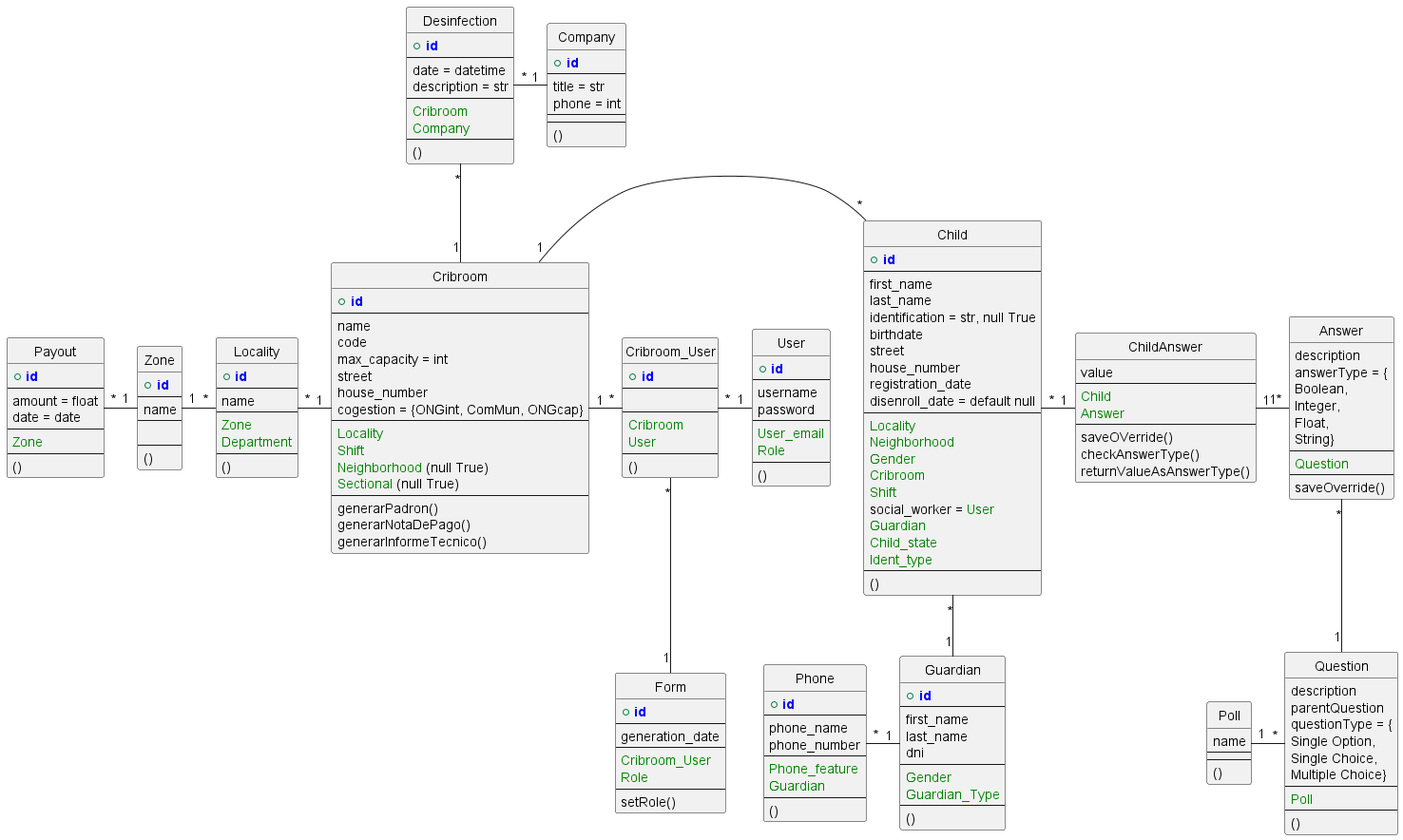
Above: Documentation/diagrams/diagram.png in santiago6124/SalasCuna (PlantUML), before the change.
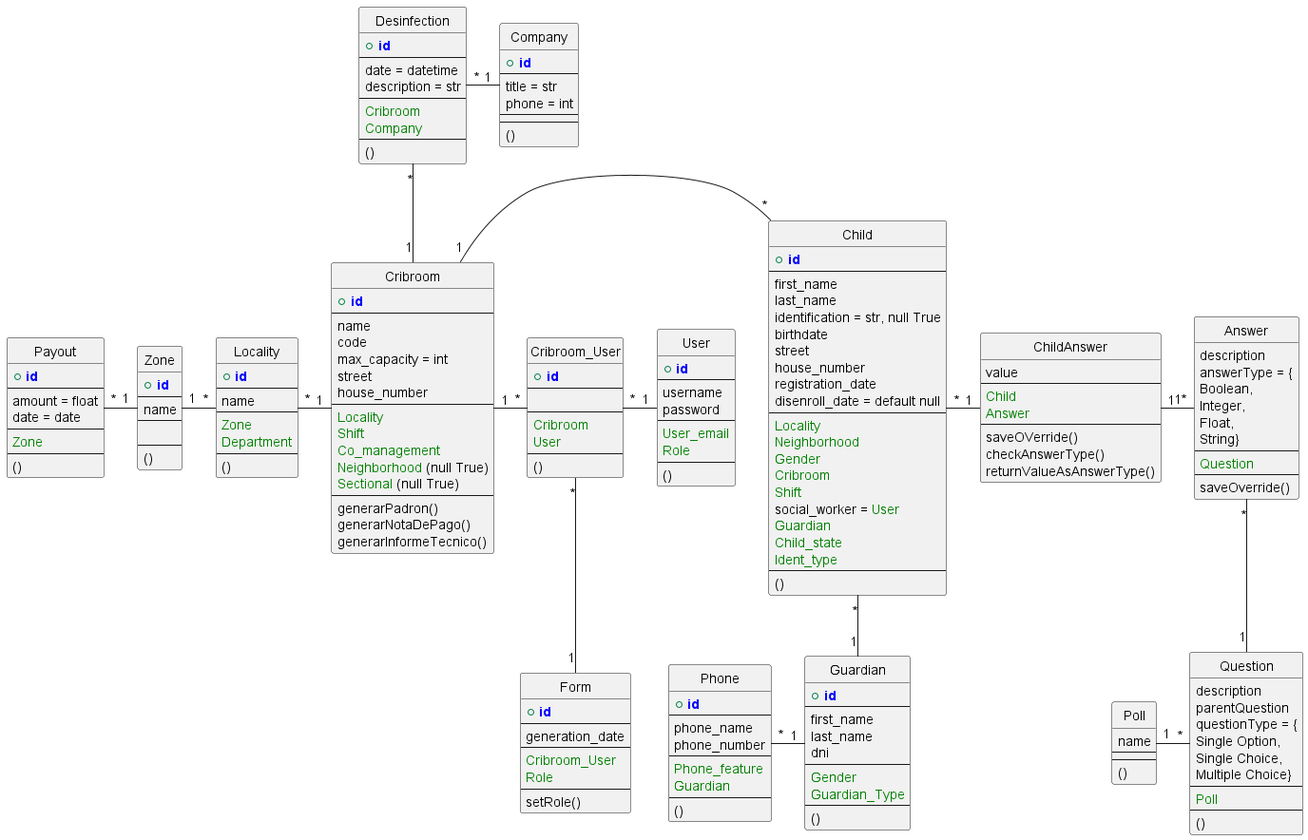
Later version of the same file.

Commit message:
Cogestion(Co_management) modified to foreign_key

Change to the diagram source:
```diff
@@ -13,10 +13,10 @@
     max_capacity = int
     street
     house_number
-    cogestion = {ONGint, ComMun, ONGcap}
     --
     FOREIGN_KEY(Locality)
     FOREIGN_KEY(Shift)
+    FOREIGN_KEY(Co_management)
     FOREIGN_KEY(Neighborhood) (null True)
     FOREIGN_KEY(Sectional) (null True)
     --
```
